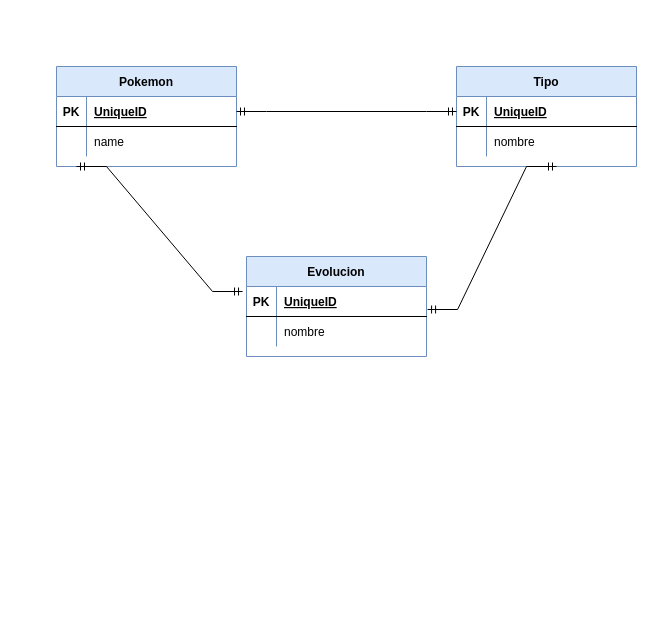
Earlier version of the draw.io diagram pokemon/Untitled Diagram.drawio (manudous/modelado-drawio). Source tidied: cells renumbered, new cells numbered last; positions are measured from the earlier drawing's top-left corner, leaving out a move shared by most shapes. Both pictures are drawn from the tidied source at 100%, with x=0, y=0 at pixel (56, 66).
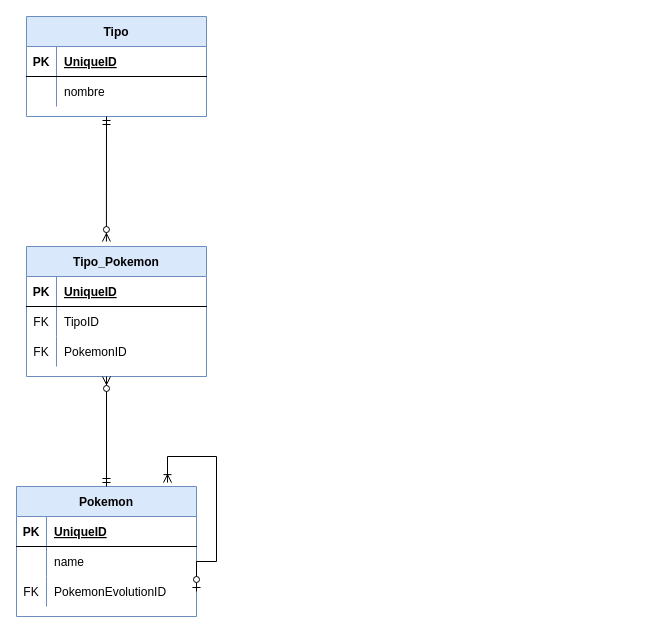
The same diagram, later.

Unchanged cells that the change refers to:
```xml
<mxCell id="3" style="shape=tableRow;horizontal=0;startSize=0;swimlaneHead=0;swimlaneBody=0;fillColor=none;points=[[0,0.5],[1,0.5]];portConstraint=eastwest;top=0;left=0;right=0;bottom=1;" parent="2" vertex="1">
  <mxGeometry y="30" width="180" height="30" as="geometry" />
</mxCell>
<mxCell id="10" style="shape=tableRow;horizontal=0;startSize=0;swimlaneHead=0;swimlaneBody=0;fillColor=none;points=[[0,0.5],[1,0.5]];portConstraint=eastwest;top=0;left=0;right=0;bottom=1;" parent="9" vertex="1">
  <mxGeometry y="30" width="180" height="30" as="geometry" />
</mxCell>
```

The edit, as a diff of the source:
```diff
@@
     <mxCell id="2" value="Pokemon" style="shape=table;startSize=30;childLayout=tableLayout;rowLines=0;fontStyle=1;align=center;fillColor=#dae8fc;strokeColor=#6c8ebf;" parent="1" vertex="1">
-      <mxGeometry width="180" height="100" as="geometry" />
+      <mxGeometry x="-40" y="420" width="180" height="130" as="geometry" />
     </mxCell>
@@
+    <mxCell id="26" style="shape=tableRow;horizontal=0;startSize=0;swimlaneHead=0;swimlaneBody=0;fillColor=none;top=0;left=0;right=0;bottom=0;" parent="2" vertex="1">
+      <mxGeometry y="60" width="180" height="30" as="geometry" />
+    </mxCell>
+    <mxCell id="22" style="shape=partialRectangle;fillColor=none;top=0;left=0;bottom=0;right=0;overflow=hidden;" parent="26" vertex="1">
+      <mxGeometry width="30" height="30" as="geometry" />
+    </mxCell>
+    <mxCell id="27" value="name" style="shape=partialRectangle;fillColor=none;top=0;left=0;bottom=0;right=0;align=left;spacingLeft=6;overflow=hidden;" parent="26" vertex="1">
+      <mxGeometry x="30" width="150" height="30" as="geometry" />
+    </mxCell>
     <mxCell id="6" style="shape=tableRow;horizontal=0;startSize=0;swimlaneHead=0;swimlaneBody=0;fillColor=none;points=[[0,0.5],[1,0.5]];portConstraint=eastwest;top=0;left=0;right=0;bottom=0;" parent="2" vertex="1">
-      <mxGeometry y="60" width="180" height="30" as="geometry" />
+      <mxGeometry y="90" width="180" height="30" as="geometry" />
     </mxCell>
-    <mxCell id="7" style="shape=partialRectangle;fillColor=none;top=0;left=0;bottom=0;right=0;overflow=hidden;" parent="6" vertex="1">
+    <mxCell id="7" value="FK" style="shape=partialRectangle;fillColor=none;top=0;left=0;bottom=0;right=0;overflow=hidden;" parent="6" vertex="1">
       <mxGeometry width="30" height="30" as="geometry" />
     </mxCell>
-    <mxCell id="8" value="name" style="shape=partialRectangle;fillColor=none;top=0;left=0;bottom=0;right=0;align=left;spacingLeft=6;overflow=hidden;" parent="6" vertex="1">
+    <mxCell id="8" value="PokemonEvolutionID" style="shape=partialRectangle;fillColor=none;top=0;left=0;bottom=0;right=0;align=left;spacingLeft=6;overflow=hidden;" parent="6" vertex="1">
       <mxGeometry x="30" width="150" height="30" as="geometry" />
     </mxCell>
+    <mxCell id="28" style="fontSize=12;html=1;endArrow=ERoneToMany;startArrow=ERzeroToOne;rounded=0;exitX=1;exitY=0.5;exitDx=0;exitDy=0;entryX=0.839;entryY=-0.03;entryDx=0;entryDy=0;entryPerimeter=0;edgeStyle=orthogonalEdgeStyle;" parent="2" edge="1" source="6" target="2">
+      <mxGeometry relative="1" as="geometry">
+        <Array as="points">
+          <mxPoint x="200" y="75" />
+          <mxPoint x="200" y="-30" />
+          <mxPoint x="151" y="-30" />
+        </Array>
+      </mxGeometry>
+    </mxCell>
     <mxCell id="9" value="Tipo" style="shape=table;startSize=30;childLayout=tableLayout;rowLines=0;fontStyle=1;align=center;fillColor=#dae8fc;strokeColor=#6c8ebf;" parent="1" vertex="1">
-      <mxGeometry x="400" width="180" height="100" as="geometry" />
+      <mxGeometry x="-30" y="-50" width="180" height="100" as="geometry" />
     </mxCell>
@@
-    <mxCell id="16" style="edgeStyle=entityRelationEdgeStyle;fontSize=12;html=1;endArrow=ERmandOne;startArrow=ERmandOne;rounded=0;exitX=1;exitY=0.5;exitDx=0;exitDy=0;entryX=0;entryY=0.5;entryDx=0;entryDy=0;" parent="1" edge="1" source="3" target="10">
-      <mxGeometry relative="1" as="geometry" />
-    </mxCell>
-    <mxCell id="17" value="Evolucion" style="shape=table;startSize=30;childLayout=tableLayout;rowLines=0;fontStyle=1;align=center;fillColor=#dae8fc;strokeColor=#6c8ebf;" parent="1" vertex="1">
-      <mxGeometry x="190" y="190" width="180" height="100" as="geometry" />
-    </mxCell>
+    <mxCell id="29" value="Tipo_Pokemon" style="shape=table;startSize=30;childLayout=tableLayout;rowLines=0;fontStyle=1;align=center;fillColor=#dae8fc;strokeColor=#6c8ebf;" parent="1" vertex="1">
+      <mxGeometry x="-30" y="180" width="180" height="130" as="geometry" />
+    </mxCell>
-    <mxCell id="18" style="shape=tableRow;horizontal=0;startSize=0;swimlaneHead=0;swimlaneBody=0;fillColor=none;points=[[0,0.5],[1,0.5]];portConstraint=eastwest;top=0;left=0;right=0;bottom=1;" parent="17" vertex="1">
+    <mxCell id="18" style="shape=tableRow;horizontal=0;startSize=0;swimlaneHead=0;swimlaneBody=0;fillColor=none;points=[[0,0.5],[1,0.5]];portConstraint=eastwest;top=0;left=0;right=0;bottom=1;" parent="29" vertex="1">
       <mxGeometry y="30" width="180" height="30" as="geometry" />
     </mxCell>
@@
-    <mxCell id="21" style="shape=tableRow;horizontal=0;startSize=0;swimlaneHead=0;swimlaneBody=0;fillColor=none;top=0;left=0;right=0;bottom=0;" parent="17" vertex="1">
-      <mxGeometry y="60" width="180" height="30" as="geometry" />
-    </mxCell>
-    <mxCell id="22" style="shape=partialRectangle;fillColor=none;top=0;left=0;bottom=0;right=0;overflow=hidden;" parent="21" vertex="1">
-      <mxGeometry width="30" height="30" as="geometry" />
-    </mxCell>
-    <mxCell id="23" value="nombre" style="shape=partialRectangle;fillColor=none;top=0;left=0;bottom=0;right=0;align=left;spacingLeft=6;overflow=hidden;" parent="21" vertex="1">
-      <mxGeometry x="30" width="150" height="30" as="geometry" />
-    </mxCell>
-    <mxCell id="24" style="edgeStyle=entityRelationEdgeStyle;fontSize=12;html=1;endArrow=ERmandOne;startArrow=ERmandOne;rounded=0;exitX=1.006;exitY=0.767;exitDx=0;exitDy=0;exitPerimeter=0;" parent="1" edge="1" source="18">
-      <mxGeometry relative="1" as="geometry">
-        <mxPoint x="500" y="100" as="targetPoint" />
-      </mxGeometry>
-    </mxCell>
-    <mxCell id="25" style="edgeStyle=entityRelationEdgeStyle;fontSize=12;html=1;endArrow=ERmandOne;startArrow=ERmandOne;rounded=0;entryX=-0.022;entryY=0.167;entryDx=0;entryDy=0;entryPerimeter=0;" parent="1" edge="1" target="18">
-      <mxGeometry relative="1" as="geometry">
-        <mxPoint x="20" y="100" as="sourcePoint" />
-      </mxGeometry>
-    </mxCell>
+    <mxCell id="30" style="shape=tableRow;horizontal=0;startSize=0;swimlaneHead=0;swimlaneBody=0;fillColor=none;top=0;left=0;right=0;bottom=0;" parent="29" vertex="1">
+      <mxGeometry y="60" width="180" height="30" as="geometry" />
+    </mxCell>
+    <mxCell id="31" value="FK" style="shape=partialRectangle;fillColor=none;top=0;left=0;bottom=0;right=0;overflow=hidden;" parent="30" vertex="1">
+      <mxGeometry width="30" height="30" as="geometry" />
+    </mxCell>
+    <mxCell id="32" value="TipoID" style="shape=partialRectangle;fillColor=none;top=0;left=0;bottom=0;right=0;align=left;spacingLeft=6;overflow=hidden;" parent="30" vertex="1">
+      <mxGeometry x="30" width="150" height="30" as="geometry" />
+    </mxCell>
+    <mxCell id="33" style="shape=tableRow;horizontal=0;startSize=0;swimlaneHead=0;swimlaneBody=0;fillColor=none;top=0;left=0;right=0;bottom=0;" parent="29" vertex="1">
+      <mxGeometry y="90" width="180" height="30" as="geometry" />
+    </mxCell>
+    <mxCell id="34" value="FK" style="shape=partialRectangle;fillColor=none;top=0;left=0;bottom=0;right=0;overflow=hidden;" parent="33" vertex="1">
+      <mxGeometry width="30" height="30" as="geometry" />
+    </mxCell>
+    <mxCell id="35" value="PokemonID" style="shape=partialRectangle;fillColor=none;top=0;left=0;bottom=0;right=0;align=left;spacingLeft=6;overflow=hidden;" parent="33" vertex="1">
+      <mxGeometry x="30" width="150" height="30" as="geometry" />
+    </mxCell>
+    <mxCell id="36" style="fontSize=12;html=1;endArrow=ERzeroToMany;startArrow=ERmandOne;rounded=0;exitX=0.5;exitY=0;exitDx=0;exitDy=0;exitPerimeter=0;" parent="1" edge="1" source="2">
+      <mxGeometry relative="1" as="geometry">
+        <mxPoint x="50" y="310" as="targetPoint" />
+      </mxGeometry>
+    </mxCell>
+    <mxCell id="37" style="fontSize=12;html=1;endArrow=ERzeroToMany;startArrow=ERmandOne;rounded=0;entryX=0.444;entryY=-0.038;entryDx=0;entryDy=0;entryPerimeter=0;" parent="1" edge="1" target="29">
+      <mxGeometry relative="1" as="geometry">
+        <mxPoint x="50" y="50" as="sourcePoint" />
+      </mxGeometry>
+    </mxCell>
```
